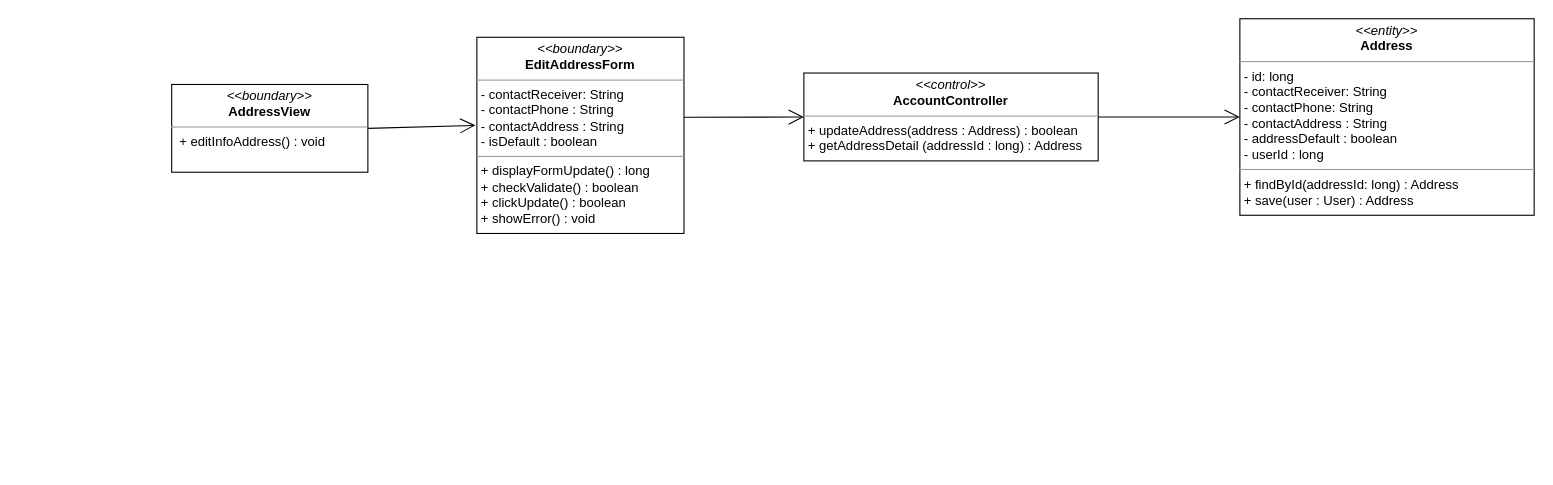
nguyenphamvan/datn_20202 keeps this draw.io diagram as class diagram/update-address-class-diagram.drawio. Above is the earlier version. Source tidied: cells renumbered, new cells numbered last; positions are measured from the earlier drawing's top-left corner, leaving out a move shared by most shapes. Both pictures are drawn from the tidied source at 109%, with x=0, y=0 at pixel (171, 19).
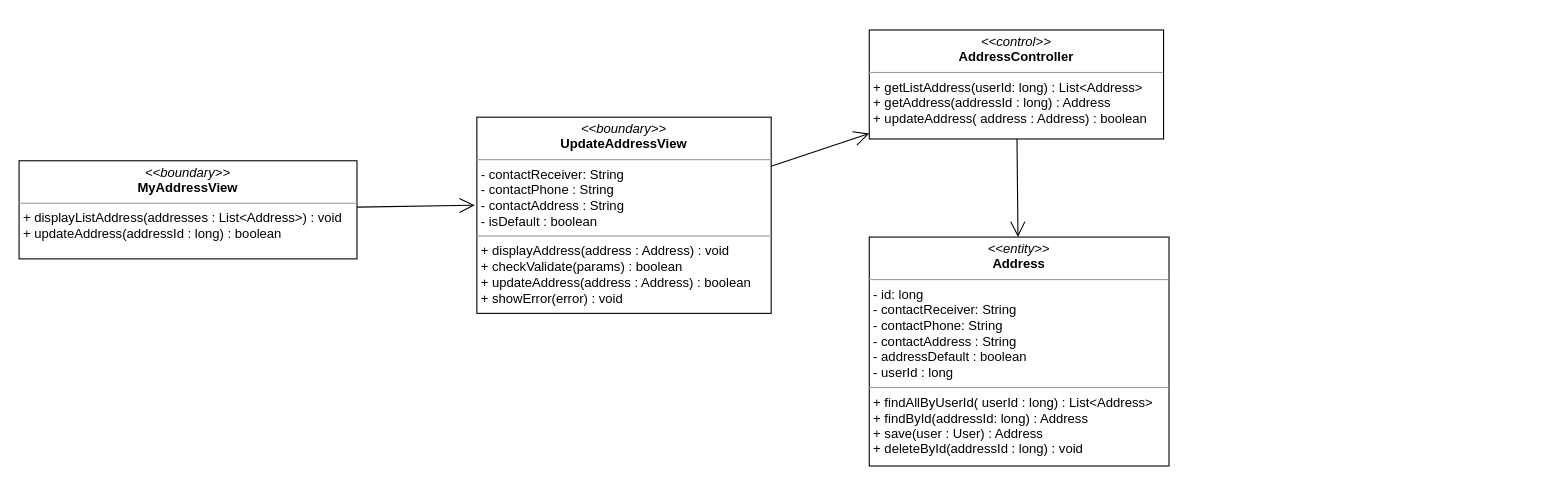
Above is the later version.

The edit, as a diff of the source:
```diff
@@
 <mxGraphModel>
   <root>
     <mxCell id="0" />
     <mxCell id="1" parent="0" />
-    <mxCell id="2" value="&lt;p style=&quot;margin: 0px ; margin-top: 4px ; text-align: center&quot;&gt;&lt;i&gt;&amp;lt;&amp;lt;boundary&amp;gt;&amp;gt;&lt;/i&gt;&lt;br&gt;&lt;b&gt;AddressView&lt;/b&gt;&lt;/p&gt;&lt;hr size=&quot;1&quot;&gt;&lt;p style=&quot;margin: 0px ; margin-left: 4px&quot;&gt;&lt;span&gt;&amp;nbsp;&lt;/span&gt;&lt;span&gt;+ editInfoAddress() : void&lt;/span&gt;&lt;/p&gt;" style="verticalAlign=top;align=left;overflow=fill;fontSize=12;fontFamily=Helvetica;html=1;" parent="1" vertex="1">
-      <mxGeometry y="60" width="180" height="80.5" as="geometry" />
-    </mxCell>
-    <mxCell id="3" style="endArrow=open;endFill=1;endSize=12;html=1;exitX=1;exitY=0.5;exitDx=0;exitDy=0;entryX=-0.007;entryY=0.449;entryDx=0;entryDy=0;entryPerimeter=0;" parent="1" edge="1" source="2" target="7">
+    <mxCell id="3" style="endArrow=open;endFill=1;endSize=12;html=1;entryX=-0.007;entryY=0.449;entryDx=0;entryDy=0;entryPerimeter=0;" parent="1" edge="1" source="9" target="7">
       <mxGeometry relative="1" as="geometry" />
     </mxCell>
-    <mxCell id="4" value="&lt;p style=&quot;margin: 0px ; margin-top: 4px ; text-align: center&quot;&gt;&lt;i&gt;&amp;lt;&amp;lt;entity&amp;gt;&amp;gt;&lt;/i&gt;&lt;br&gt;&lt;b&gt;Address&lt;/b&gt;&lt;/p&gt;&lt;hr size=&quot;1&quot;&gt;&lt;p style=&quot;margin: 0px ; margin-left: 4px&quot;&gt;- id: long&lt;/p&gt;&lt;p style=&quot;margin: 0px ; margin-left: 4px&quot;&gt;- contactReceiver: String&lt;br&gt;- contactPhone: String&lt;/p&gt;&lt;p style=&quot;margin: 0px ; margin-left: 4px&quot;&gt;- contactAddress : String&lt;/p&gt;&lt;p style=&quot;margin: 0px ; margin-left: 4px&quot;&gt;- addressDefault : boolean&lt;/p&gt;&lt;p style=&quot;margin: 0px ; margin-left: 4px&quot;&gt;- userId : long&lt;/p&gt;&lt;hr size=&quot;1&quot;&gt;&lt;p style=&quot;margin: 0px ; margin-left: 4px&quot;&gt;+ findById(addressId: long) : Address&lt;/p&gt;&lt;p style=&quot;margin: 0px ; margin-left: 4px&quot;&gt;+ save(user : User) : Address&lt;/p&gt;" style="verticalAlign=top;align=left;overflow=fill;fontSize=12;fontFamily=Helvetica;html=1;" parent="1" vertex="1">
-      <mxGeometry x="980" y="-0.3" width="270" height="180.3" as="geometry" />
+    <mxCell id="4" value="&lt;p style=&quot;margin: 0px ; margin-top: 4px ; text-align: center&quot;&gt;&lt;i&gt;&amp;lt;&amp;lt;entity&amp;gt;&amp;gt;&lt;/i&gt;&lt;br&gt;&lt;b&gt;Address&lt;/b&gt;&lt;/p&gt;&lt;hr size=&quot;1&quot;&gt;&lt;p style=&quot;margin: 0px ; margin-left: 4px&quot;&gt;- id: long&lt;/p&gt;&lt;p style=&quot;margin: 0px ; margin-left: 4px&quot;&gt;- contactReceiver: String&lt;br&gt;- contactPhone: String&lt;/p&gt;&lt;p style=&quot;margin: 0px ; margin-left: 4px&quot;&gt;- contactAddress : String&lt;/p&gt;&lt;p style=&quot;margin: 0px ; margin-left: 4px&quot;&gt;- addressDefault : boolean&lt;/p&gt;&lt;p style=&quot;margin: 0px ; margin-left: 4px&quot;&gt;- userId : long&lt;/p&gt;&lt;hr size=&quot;1&quot;&gt;&lt;p style=&quot;margin: 0px 0px 0px 4px&quot;&gt;+ findAllByUserId( userId : long) : List&amp;lt;Address&amp;gt;&lt;/p&gt;&lt;p style=&quot;margin: 0px 0px 0px 4px&quot;&gt;+ findById(addressId: long) : Address&lt;/p&gt;&lt;p style=&quot;margin: 0px 0px 0px 4px&quot;&gt;+ save(user : User) : Address&lt;/p&gt;&lt;p style=&quot;margin: 0px 0px 0px 4px&quot;&gt;+ deleteById(addressId : long) : void&lt;/p&gt;" style="verticalAlign=top;align=left;overflow=fill;fontSize=12;fontFamily=Helvetica;html=1;" parent="1" vertex="1">
+      <mxGeometry x="640" y="200" width="275" height="210" as="geometry" />
     </mxCell>
-    <mxCell id="5" value="&lt;p style=&quot;margin: 0px ; margin-top: 4px ; text-align: center&quot;&gt;&lt;i&gt;&amp;lt;&amp;lt;control&amp;gt;&amp;gt;&lt;/i&gt;&lt;br&gt;&lt;b&gt;AccountController&lt;/b&gt;&lt;br&gt;&lt;/p&gt;&lt;hr size=&quot;1&quot;&gt;&lt;p style=&quot;margin: 0px ; margin-left: 4px&quot;&gt;&lt;/p&gt;&lt;p style=&quot;margin: 0px ; margin-left: 4px&quot;&gt;+ updateAddress(address : Address) : boolean&lt;br&gt;&lt;/p&gt;&lt;p style=&quot;margin: 0px ; margin-left: 4px&quot;&gt;+ getAddressDetail (addressId : long) : Address&lt;/p&gt;" style="verticalAlign=top;align=left;overflow=fill;fontSize=12;fontFamily=Helvetica;html=1;" parent="1" vertex="1">
-      <mxGeometry x="580" y="49.5" width="270" height="80.6" as="geometry" />
+    <mxCell id="5" value="&lt;p style=&quot;margin: 0px ; margin-top: 4px ; text-align: center&quot;&gt;&lt;i&gt;&amp;lt;&amp;lt;control&amp;gt;&amp;gt;&lt;/i&gt;&lt;br&gt;&lt;b&gt;AddressController&lt;/b&gt;&lt;br&gt;&lt;/p&gt;&lt;hr size=&quot;1&quot;&gt;&lt;p style=&quot;margin: 0px ; margin-left: 4px&quot;&gt;&lt;/p&gt;&lt;p style=&quot;margin: 0px 0px 0px 4px&quot;&gt;+ getListAddress(userId: long) : List&amp;lt;Address&amp;gt;&lt;br&gt;&lt;/p&gt;&lt;p style=&quot;margin: 0px 0px 0px 4px&quot;&gt;+ getAddress(addressId : long) : Address&lt;/p&gt;&lt;p style=&quot;margin: 0px 0px 0px 4px&quot;&gt;+ updateAddress( address : Address) : boolean&lt;/p&gt;" style="verticalAlign=top;align=left;overflow=fill;fontSize=12;fontFamily=Helvetica;html=1;" parent="1" vertex="1">
+      <mxGeometry x="640" y="10" width="270" height="100" as="geometry" />
     </mxCell>
     <mxCell id="6" style="endArrow=open;endFill=1;endSize=12;html=1;" parent="1" edge="1" source="5" target="4">
       <mxGeometry relative="1" as="geometry" />
     </mxCell>
-    <mxCell id="7" value="&lt;p style=&quot;margin: 0px ; margin-top: 4px ; text-align: center&quot;&gt;&lt;i&gt;&amp;lt;&amp;lt;boundary&amp;gt;&amp;gt;&lt;/i&gt;&lt;br&gt;&lt;b&gt;EditAddressForm&lt;/b&gt;&lt;/p&gt;&lt;hr size=&quot;1&quot;&gt;&lt;p style=&quot;margin: 0px ; margin-left: 4px&quot;&gt;- contactReceiver: String&lt;br&gt;- contactPhone : String&lt;/p&gt;&lt;p style=&quot;margin: 0px ; margin-left: 4px&quot;&gt;- contactAddress : String&lt;/p&gt;&lt;p style=&quot;margin: 0px ; margin-left: 4px&quot;&gt;- isDefault : boolean&lt;/p&gt;&lt;hr size=&quot;1&quot;&gt;&lt;p style=&quot;margin: 0px 0px 0px 4px&quot;&gt;+ displayFormUpdate() : long&lt;/p&gt;&lt;p style=&quot;margin: 0px 0px 0px 4px&quot;&gt;+ checkValidate() : boolean&lt;/p&gt;&lt;p style=&quot;margin: 0px 0px 0px 4px&quot;&gt;+ clickUpdate() : boolean&lt;/p&gt;&lt;p style=&quot;margin: 0px 0px 0px 4px&quot;&gt;+ showError() : void&lt;/p&gt;" style="verticalAlign=top;align=left;overflow=fill;fontSize=12;fontFamily=Helvetica;html=1;" parent="1" vertex="1">
-      <mxGeometry x="280" y="16.7" width="190" height="180" as="geometry" />
+    <mxCell id="7" value="&lt;p style=&quot;margin: 0px ; margin-top: 4px ; text-align: center&quot;&gt;&lt;i&gt;&amp;lt;&amp;lt;boundary&amp;gt;&amp;gt;&lt;/i&gt;&lt;br&gt;&lt;b&gt;UpdateAddressView&lt;/b&gt;&lt;/p&gt;&lt;hr size=&quot;1&quot;&gt;&lt;p style=&quot;margin: 0px ; margin-left: 4px&quot;&gt;- contactReceiver: String&lt;br&gt;- contactPhone : String&lt;/p&gt;&lt;p style=&quot;margin: 0px ; margin-left: 4px&quot;&gt;- contactAddress : String&lt;/p&gt;&lt;p style=&quot;margin: 0px ; margin-left: 4px&quot;&gt;- isDefault : boolean&lt;/p&gt;&lt;hr size=&quot;1&quot;&gt;&lt;p style=&quot;margin: 0px 0px 0px 4px&quot;&gt;+ displayAddress(address : Address) : void&lt;/p&gt;&lt;p style=&quot;margin: 0px 0px 0px 4px&quot;&gt;+ checkValidate(params) : boolean&lt;/p&gt;&lt;p style=&quot;margin: 0px 0px 0px 4px&quot;&gt;+ updateAddress(address : Address) : boolean&lt;/p&gt;&lt;p style=&quot;margin: 0px 0px 0px 4px&quot;&gt;+ showError(error) : void&lt;/p&gt;" style="verticalAlign=top;align=left;overflow=fill;fontSize=12;fontFamily=Helvetica;html=1;" parent="1" vertex="1">
+      <mxGeometry x="280" y="90" width="270" height="180" as="geometry" />
     </mxCell>
-    <mxCell id="8" style="endArrow=open;endFill=1;endSize=12;html=1;" parent="1" edge="1" target="5">
-      <mxGeometry relative="1" as="geometry">
-        <mxPoint x="470" y="90" as="sourcePoint" />
-      </mxGeometry>
+    <mxCell id="8" style="endArrow=open;endFill=1;endSize=12;html=1;" parent="1" edge="1" source="7" target="5">
+      <mxGeometry relative="1" as="geometry" />
     </mxCell>
+    <mxCell id="9" value="&lt;p style=&quot;margin: 0px ; margin-top: 4px ; text-align: center&quot;&gt;&lt;i&gt;&amp;lt;&amp;lt;boundary&amp;gt;&amp;gt;&lt;/i&gt;&lt;br&gt;&lt;b&gt;MyAddressView&lt;/b&gt;&lt;/p&gt;&lt;hr size=&quot;1&quot;&gt;&lt;p style=&quot;margin: 0px ; margin-left: 4px&quot;&gt;&lt;span&gt;+ displayListAddress(addresses : List&amp;lt;Address&amp;gt;) : void&lt;/span&gt;&lt;/p&gt;&lt;p style=&quot;margin: 0px 0px 0px 4px&quot;&gt;+ updateAddress(addressId : long) : boolean&lt;/p&gt;" style="verticalAlign=top;align=left;overflow=fill;fontSize=12;fontFamily=Helvetica;html=1;" parent="1" vertex="1">
+      <mxGeometry x="-140" y="130" width="310" height="90" as="geometry" />
+    </mxCell>
   </root>
 </mxGraphModel>
```
